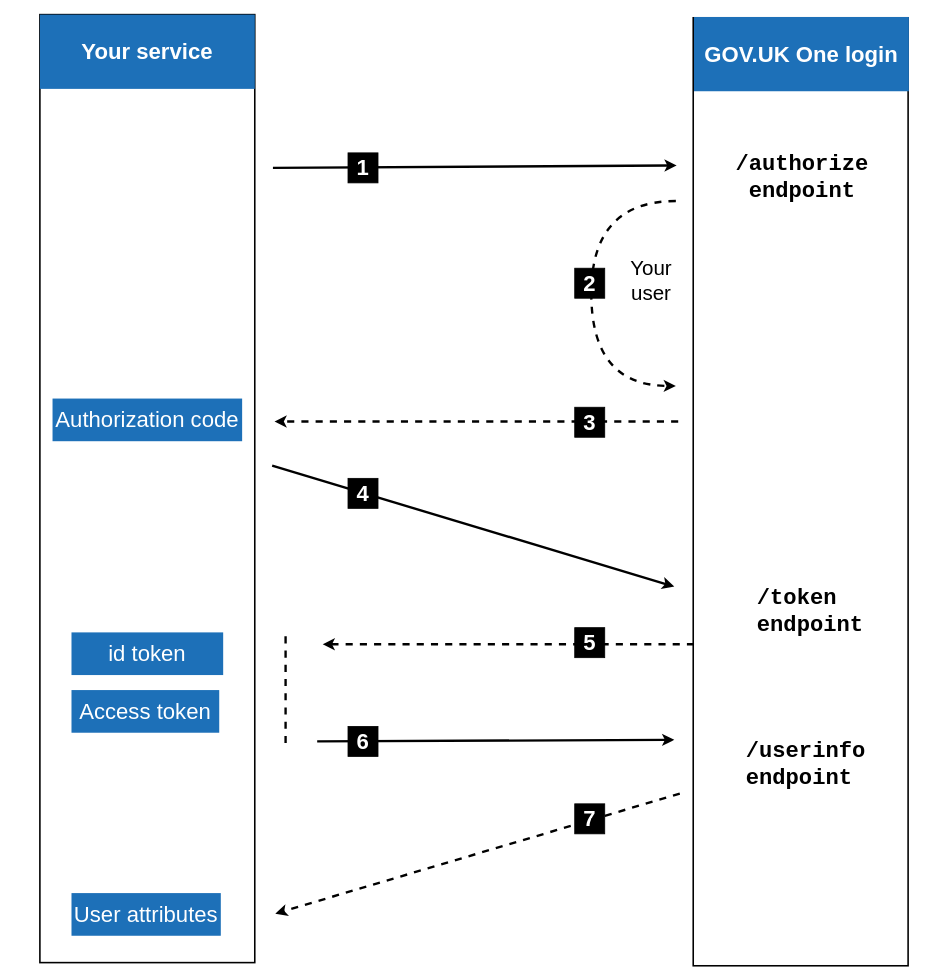
Before: source/images/originals/technical-flow-diagram.drawio in govuk-one-login/tech-docs, a draw.io diagram. Source tidied: cells renumbered, new cells numbered last; positions are measured from the earlier drawing's top-left corner, leaving out a move shared by most shapes. Both pictures are drawn from the tidied source at 79%, with x=0, y=0 at pixel (40, 14).
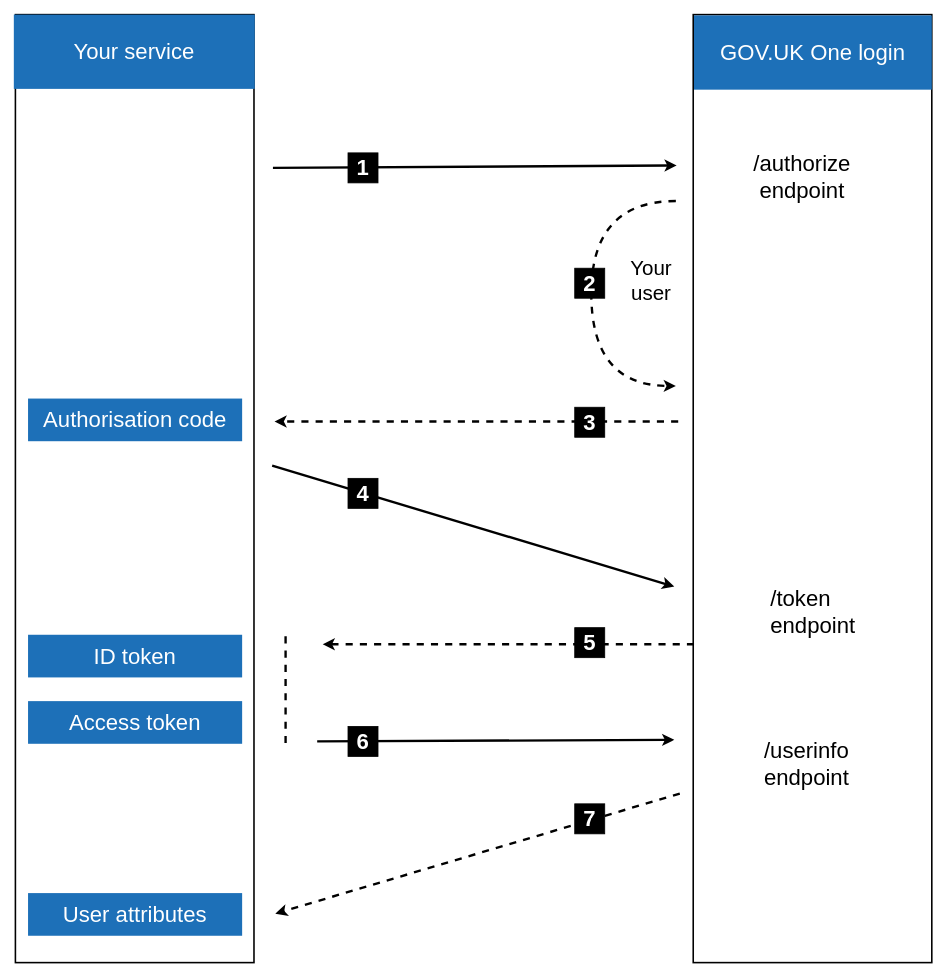
The same page after the edit.

Commit message (it also covers changes not shown here):
incorporate feedback from tech writer

What changed in the source:
```diff
@@
     <mxCell id="2" style="rounded=0;whiteSpace=wrap;html=1;strokeWidth=2;fillColor=none;" parent="1" vertex="1">
-      <mxGeometry width="272" height="1200" as="geometry" />
+      <mxGeometry x="-31" width="302" height="1200" as="geometry" />
     </mxCell>
     <mxCell id="3" style="rounded=0;whiteSpace=wrap;html=1;strokeWidth=2;fillColor=none;" parent="1" vertex="1">
-      <mxGeometry x="827" y="4" width="272" height="1200" as="geometry" />
+      <mxGeometry x="827" width="302" height="1200" as="geometry" />
     </mxCell>
-    <mxCell id="4" value="Your service" style="rounded=0;whiteSpace=wrap;html=1;strokeWidth=2;fillColor=#1D70B8;fontSize=28;fontStyle=1;fontColor=#FFFFFF;strokeColor=none;" parent="1" vertex="1">
-      <mxGeometry width="272" height="94" as="geometry" />
+    <mxCell id="4" value="Your service" style="rounded=0;whiteSpace=wrap;html=1;strokeWidth=2;fillColor=#1D70B8;fontSize=28;fontStyle=0;fontColor=#FFFFFF;strokeColor=none;" parent="1" vertex="1">
+      <mxGeometry x="-33" width="305" height="94" as="geometry" />
     </mxCell>
-    <mxCell id="5" value="Authorization code" style="rounded=0;whiteSpace=wrap;html=1;strokeWidth=2;fillColor=#1D70B8;fontSize=28;strokeColor=none;fontColor=#FFFFFF;" parent="1" vertex="1">
-      <mxGeometry x="16" y="486" width="240" height="54" as="geometry" />
+    <mxCell id="5" value="Authoris&lt;span style=&quot;background-color: initial;&quot;&gt;ation code&lt;/span&gt;" style="rounded=0;whiteSpace=wrap;html=1;strokeWidth=2;fillColor=#1D70B8;fontSize=28;strokeColor=none;fontColor=#FFFFFF;fontStyle=0;" parent="1" vertex="1">
+      <mxGeometry x="-15" y="486" width="271" height="54" as="geometry" />
     </mxCell>
-    <mxCell id="6" value="id token" style="rounded=0;whiteSpace=wrap;html=1;strokeWidth=2;fillColor=#1D70B8;fontSize=28;fontColor=#FFFFFF;strokeColor=none;" parent="1" vertex="1">
-      <mxGeometry x="40" y="782" width="192" height="54" as="geometry" />
+    <mxCell id="6" value="ID token" style="rounded=0;whiteSpace=wrap;html=1;strokeWidth=2;fillColor=#1D70B8;fontSize=28;fontColor=#FFFFFF;strokeColor=none;fontStyle=0;" parent="1" vertex="1">
+      <mxGeometry x="-15" y="785" width="271" height="54" as="geometry" />
     </mxCell>
-    <mxCell id="7" value="Access token" style="rounded=0;whiteSpace=wrap;html=1;strokeWidth=2;fillColor=#1D70B8;fontSize=28;fontColor=#FFFFFF;strokeColor=none;" parent="1" vertex="1">
-      <mxGeometry x="40" y="855" width="187" height="54" as="geometry" />
+    <mxCell id="7" value="Access token" style="rounded=0;whiteSpace=wrap;html=1;strokeWidth=2;fillColor=#1D70B8;fontSize=28;fontColor=#FFFFFF;strokeColor=none;fontStyle=0;" parent="1" vertex="1">
+      <mxGeometry x="-15" y="869" width="271" height="54" as="geometry" />
     </mxCell>
-    <mxCell id="8" value="User attributes" style="rounded=0;whiteSpace=wrap;html=1;strokeWidth=2;fillColor=#1D70B8;fontSize=28;fontColor=#FFFFFF;strokeColor=none;" parent="1" vertex="1">
-      <mxGeometry x="40" y="1112" width="189" height="54" as="geometry" />
+    <mxCell id="8" value="User attributes" style="rounded=0;whiteSpace=wrap;html=1;strokeWidth=2;fillColor=#1D70B8;fontSize=28;fontColor=#FFFFFF;strokeColor=none;fontStyle=0;" parent="1" vertex="1">
+      <mxGeometry x="-15" y="1112" width="271" height="54" as="geometry" />
     </mxCell>
@@
-    <mxCell id="10" value="GOV.UK One login" style="rounded=0;whiteSpace=wrap;html=1;strokeWidth=2;fillColor=#1D70B8;fontSize=28;fontStyle=1;fontColor=#FFFFFF;strokeColor=none;" parent="1" vertex="1">
-      <mxGeometry x="828" y="3" width="272" height="94" as="geometry" />
+    <mxCell id="10" value="GOV.UK One login" style="rounded=0;whiteSpace=wrap;html=1;strokeWidth=2;fillColor=#1D70B8;fontSize=28;fontStyle=0;fontColor=#FFFFFF;strokeColor=none;" parent="1" vertex="1">
+      <mxGeometry x="828" y="1" width="301" height="94" as="geometry" />
     </mxCell>
-    <mxCell id="11" value="/authorize&lt;div&gt;endpoint&lt;/div&gt;" style="text;html=1;align=center;verticalAlign=middle;whiteSpace=wrap;rounded=0;fontSize=28;fontFamily=Courier New;fontStyle=1;" parent="1" vertex="1">
+    <mxCell id="11" value="/authorize&lt;div&gt;endpoint&lt;/div&gt;" style="text;html=1;align=center;verticalAlign=middle;whiteSpace=wrap;rounded=0;fontSize=28;fontFamily=Helvetica;fontStyle=0;" parent="1" vertex="1">
       <mxGeometry x="935" y="191" width="60" height="30" as="geometry" />
     </mxCell>
-    <mxCell id="12" value="&lt;div style=&quot;&quot;&gt;&lt;span style=&quot;background-color: initial;&quot;&gt;/token&lt;/span&gt;&lt;/div&gt;&lt;div style=&quot;&quot;&gt;endpoint&lt;/div&gt;" style="text;html=1;align=left;verticalAlign=middle;whiteSpace=wrap;rounded=0;fontSize=28;fontFamily=Courier New;fontStyle=1;" parent="1" vertex="1">
-      <mxGeometry x="906" y="741" width="60" height="30" as="geometry" />
+    <mxCell id="12" value="&lt;div style=&quot;&quot;&gt;&lt;span style=&quot;background-color: initial;&quot;&gt;/token&lt;/span&gt;&lt;/div&gt;&lt;div style=&quot;&quot;&gt;endpoint&lt;/div&gt;" style="text;html=1;align=left;verticalAlign=middle;whiteSpace=wrap;rounded=0;fontSize=28;fontFamily=Helvetica;fontStyle=0;" parent="1" vertex="1">
+      <mxGeometry x="923" y="741" width="60" height="30" as="geometry" />
     </mxCell>
-    <mxCell id="13" value="&lt;div style=&quot;&quot;&gt;&lt;span style=&quot;background-color: initial;&quot;&gt;/userinfo&lt;/span&gt;&lt;/div&gt;&lt;div style=&quot;&quot;&gt;&lt;span style=&quot;background-color: initial;&quot;&gt;endpoint&lt;/span&gt;&lt;/div&gt;" style="text;html=1;align=left;verticalAlign=middle;whiteSpace=wrap;rounded=0;fontSize=28;fontFamily=Courier New;fontStyle=1;" parent="1" vertex="1">
-      <mxGeometry x="892" y="934" width="60" height="30" as="geometry" />
+    <mxCell id="13" value="&lt;div style=&quot;&quot;&gt;&lt;span style=&quot;background-color: initial;&quot;&gt;/userinfo&lt;/span&gt;&lt;/div&gt;&lt;div style=&quot;&quot;&gt;&lt;span style=&quot;background-color: initial;&quot;&gt;endpoint&lt;/span&gt;&lt;/div&gt;" style="text;html=1;align=left;verticalAlign=middle;whiteSpace=wrap;rounded=0;fontSize=28;fontFamily=Helvetica;fontStyle=0;" parent="1" vertex="1">
+      <mxGeometry x="915" y="934" width="60" height="30" as="geometry" />
     </mxCell>
```
